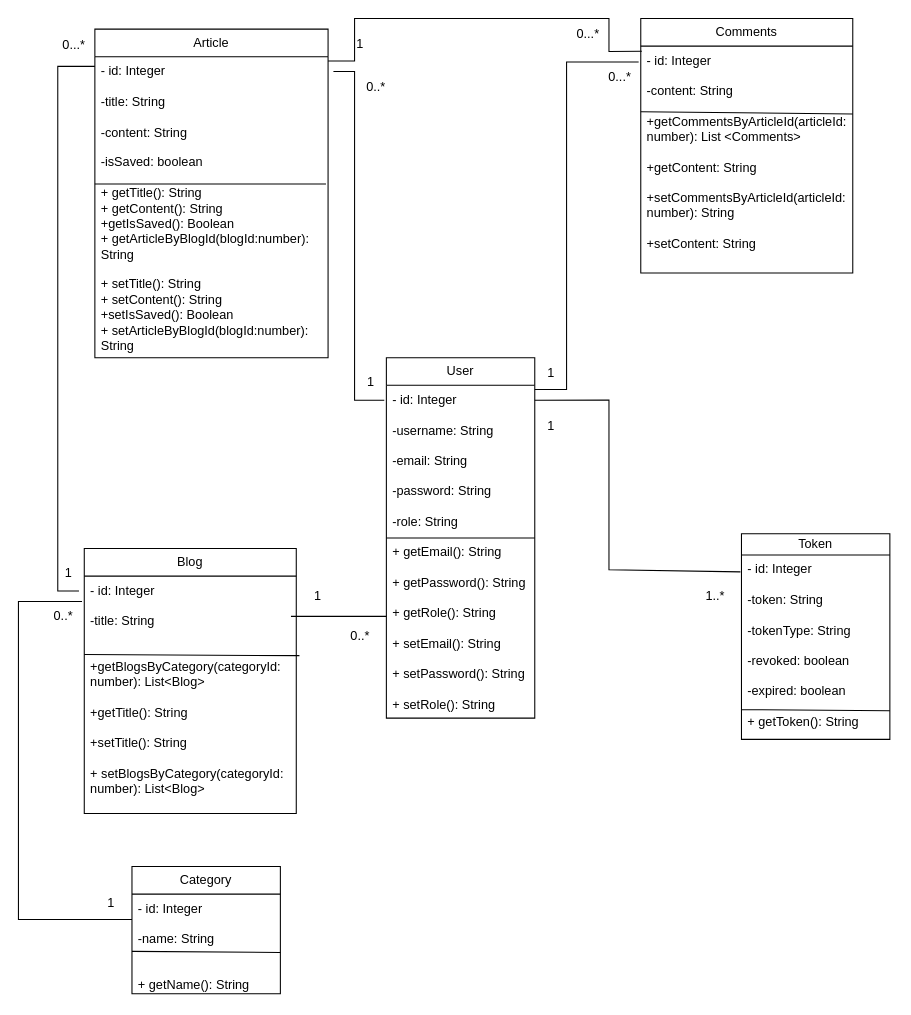
Before: page "Diagramme de classe" (4 of 12) of Diagramme sans nom.drawio in Ali0908/BDD_UML, a draw.io diagram. Source tidied: cells renumbered, new cells numbered last; positions are measured from the earlier drawing's top-left corner, leaving out a move shared by most shapes. Both pictures are drawn from the tidied source at 106%, with x=0, y=0 at pixel (18, 18).
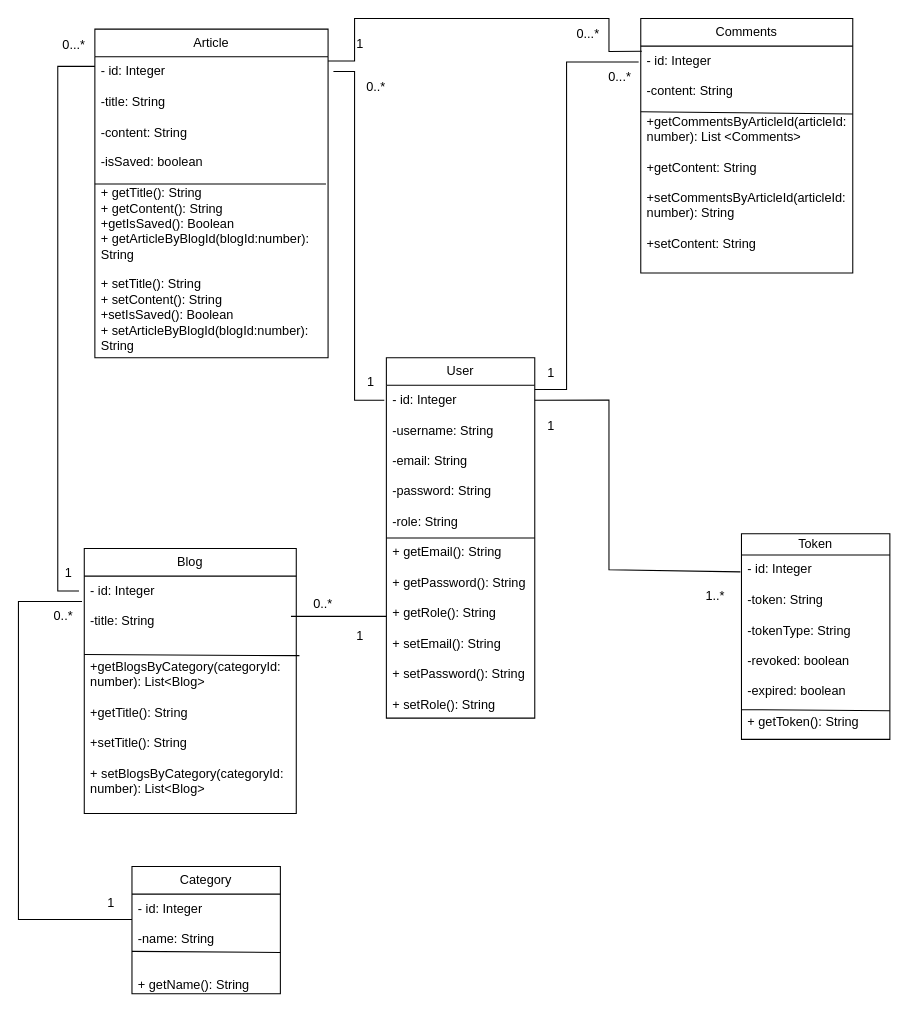
Above is the later version.

Commit message:
MAJ diagramme de classe

Diff of the diagram source:
```diff
@@
-    <mxCell id="23" value="0..*" style="text;html=1;align=center;verticalAlign=middle;strokeColor=none;fillColor=none;" parent="1" vertex="1">
-      <mxGeometry x="302" y="568" width="40" height="30" as="geometry" />
+    <mxCell id="23" value="1" style="text;html=1;align=center;verticalAlign=middle;strokeColor=none;fillColor=none;" parent="1" vertex="1">
+      <mxGeometry x="307" y="568" width="30" height="30" as="geometry" />
     </mxCell>
-    <mxCell id="24" value="1" style="text;html=1;align=center;verticalAlign=middle;strokeColor=none;fillColor=none;" parent="1" vertex="1">
-      <mxGeometry x="267" y="530" width="30" height="30" as="geometry" />
-    </mxCell>
@@
+    <mxCell id="41" value="0..*" style="text;html=1;align=center;verticalAlign=middle;strokeColor=none;fillColor=none;" parent="1" vertex="1">
+      <mxGeometry x="267" y="538" width="40" height="30" as="geometry" />
+    </mxCell>
```
